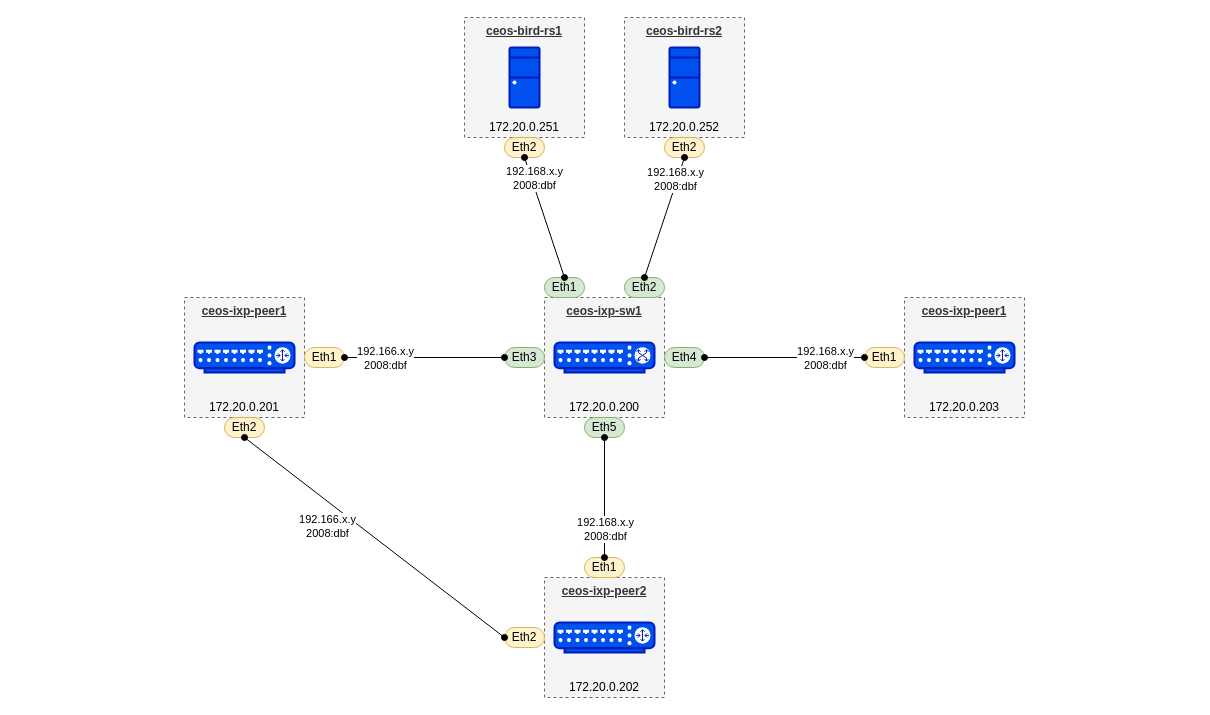
Before: ceos-ixp.drawio in commitconfirmed/draw-io, a draw.io diagram. Source tidied: cells renumbered, new cells numbered last; positions are measured from the earlier drawing's top-left corner, leaving out a move shared by most shapes. Both pictures are drawn from the tidied source at 100%, with x=0, y=0 at pixel (184, 17).
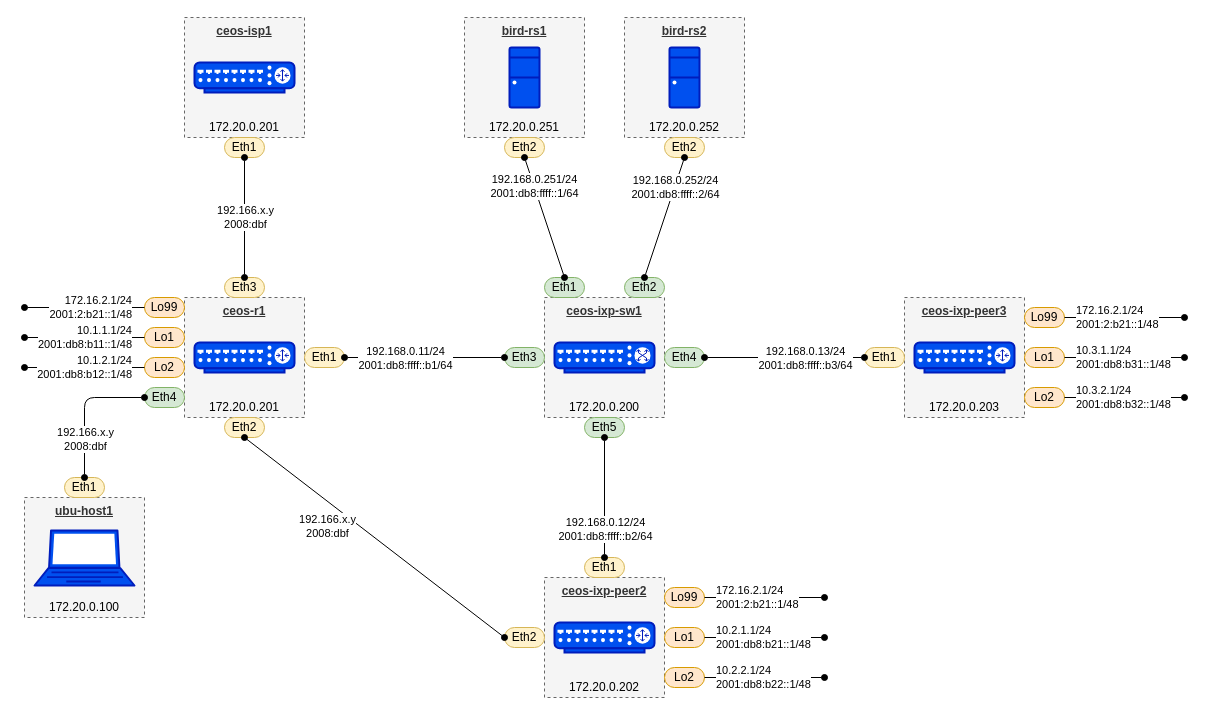
The same diagram, later.

Unchanged cells that the change refers to:
```xml
<mxCell id="10" style="rounded=0;jettySize=auto;html=1;exitX=1;exitY=0.5;exitDx=0;exitDy=0;entryX=0;entryY=0.5;entryDx=0;entryDy=0;endArrow=oval;endFill=1;startArrow=oval;startFill=1;" parent="1" edge="1" source="4" target="7">
  <mxGeometry relative="1" as="geometry" />
</mxCell>
<mxCell id="22" style="rounded=0;jettySize=auto;html=1;exitX=0.5;exitY=1;exitDx=0;exitDy=0;entryX=0.5;entryY=0;entryDx=0;entryDy=0;endArrow=oval;endFill=1;startArrow=oval;startFill=1;" parent="1" edge="1" source="15" target="20">
  <mxGeometry relative="1" as="geometry" />
</mxCell>
<mxCell id="24" style="rounded=0;jettySize=auto;html=1;exitX=0.5;exitY=1;exitDx=0;exitDy=0;entryX=0.5;entryY=0;entryDx=0;entryDy=0;endArrow=oval;endFill=1;startArrow=oval;startFill=1;" parent="1" edge="1" source="19" target="21">
  <mxGeometry relative="1" as="geometry" />
</mxCell>
<mxCell id="36" style="rounded=0;jettySize=auto;html=1;exitX=0.5;exitY=0;exitDx=0;exitDy=0;entryX=0.5;entryY=1;entryDx=0;entryDy=0;endArrow=oval;endFill=1;startArrow=oval;startFill=1;" parent="1" edge="1" source="30" target="27">
  <mxGeometry relative="1" as="geometry" />
</mxCell>
<mxCell id="42" style="rounded=0;jettySize=auto;html=1;exitX=0;exitY=0.5;exitDx=0;exitDy=0;entryX=1;entryY=0.5;entryDx=0;entryDy=0;endArrow=oval;endFill=1;startArrow=oval;startFill=1;" parent="1" edge="1" source="40" target="26">
  <mxGeometry relative="1" as="geometry" />
</mxCell>
```

Diff of the diagram source:
```diff
@@
-    <mxCell id="2" value="&lt;u&gt;&lt;b&gt;ceos-ixp-peer1&lt;/b&gt;&lt;/u&gt;" style="rounded=0;whiteSpace=wrap;html=1;dashed=1;fillColor=#f5f5f5;strokeColor=#666666;fontColor=#333333;labelPosition=center;verticalLabelPosition=middle;align=center;verticalAlign=top;spacingTop=0;" parent="1" vertex="1">
+    <mxCell id="2" value="&lt;u&gt;&lt;b&gt;ceos-r1&lt;/b&gt;&lt;/u&gt;" style="rounded=0;whiteSpace=wrap;html=1;dashed=1;fillColor=#f5f5f5;strokeColor=#666666;fontColor=#333333;labelPosition=center;verticalLabelPosition=middle;align=center;verticalAlign=top;spacingTop=0;" parent="1" vertex="1">
       <mxGeometry y="280" width="120" height="120" as="geometry" />
     </mxCell>
@@
-    <mxCell id="11" value="192.166.x.y&lt;div&gt;2008:dbf&lt;/div&gt;" style="edgeLabel;html=1;align=center;verticalAlign=middle;" parent="10" vertex="1">
+    <mxCell id="11" value="192.168.0.11/24&lt;div&gt;2001:db8:ffff::b1/64&lt;/div&gt;" style="edgeLabel;html=1;align=center;verticalAlign=middle;" parent="10" vertex="1">
       <mxGeometry x="-0.11" y="-3" relative="1" as="geometry">
-        <mxPoint x="-31" y="-3" as="offset" />
+        <mxPoint x="-11" y="-3" as="offset" />
       </mxGeometry>
     </mxCell>
-    <mxCell id="12" value="&lt;u&gt;&lt;b&gt;ceos-bird-rs1&lt;/b&gt;&lt;/u&gt;" style="rounded=0;whiteSpace=wrap;html=1;dashed=1;fillColor=#f5f5f5;strokeColor=#666666;fontColor=#333333;labelPosition=center;verticalLabelPosition=middle;align=center;verticalAlign=top;spacingTop=0;" parent="1" vertex="1">
+    <mxCell id="12" value="&lt;u&gt;&lt;b&gt;bird-rs1&lt;/b&gt;&lt;/u&gt;" style="rounded=0;whiteSpace=wrap;html=1;dashed=1;fillColor=#f5f5f5;strokeColor=#666666;fontColor=#333333;labelPosition=center;verticalLabelPosition=middle;align=center;verticalAlign=top;spacingTop=0;" parent="1" vertex="1">
       <mxGeometry x="280" width="120" height="120" as="geometry" />
     </mxCell>
@@
-    <mxCell id="16" value="&lt;u&gt;&lt;b&gt;ceos-bird-rs2&lt;/b&gt;&lt;/u&gt;" style="rounded=0;whiteSpace=wrap;html=1;dashed=1;fillColor=#f5f5f5;strokeColor=#666666;fontColor=#333333;labelPosition=center;verticalLabelPosition=middle;align=center;verticalAlign=top;spacingTop=0;" parent="1" vertex="1">
+    <mxCell id="16" value="&lt;u&gt;&lt;b&gt;bird-rs2&lt;/b&gt;&lt;/u&gt;" style="rounded=0;whiteSpace=wrap;html=1;dashed=1;fillColor=#f5f5f5;strokeColor=#666666;fontColor=#333333;labelPosition=center;verticalLabelPosition=middle;align=center;verticalAlign=top;spacingTop=0;" parent="1" vertex="1">
       <mxGeometry x="440" width="120" height="120" as="geometry" />
     </mxCell>
@@
-    <mxCell id="23" value="192.168.x.y&lt;div&gt;2008:dbf&lt;/div&gt;" style="edgeLabel;html=1;align=center;verticalAlign=middle;" parent="22" vertex="1">
+    <mxCell id="23" value="192.168.0.251/24&lt;div&gt;2001:db8:ffff::1/64&lt;br&gt;&lt;/div&gt;" style="edgeLabel;html=1;align=center;verticalAlign=middle;" parent="22" vertex="1">
       <mxGeometry x="-0.06" y="1" relative="1" as="geometry">
-        <mxPoint x="-10" y="-35" as="offset" />
+        <mxPoint x="-10" y="-27" as="offset" />
       </mxGeometry>
     </mxCell>
@@
-    <mxCell id="25" value="192.168.x.y&lt;div&gt;2008:dbf&lt;/div&gt;" style="edgeLabel;html=1;align=center;verticalAlign=middle;" parent="24" vertex="1">
+    <mxCell id="25" value="192.168.0.252/24&lt;div&gt;2001:db8:ffff::2/64&lt;/div&gt;" style="edgeLabel;html=1;align=center;verticalAlign=middle;" parent="24" vertex="1">
       <mxGeometry x="-0.06" y="1" relative="1" as="geometry">
-        <mxPoint x="8" y="-35" as="offset" />
+        <mxPoint x="8" y="-27" as="offset" />
       </mxGeometry>
     </mxCell>
@@
-    <mxCell id="37" value="192.168.x.y&lt;div&gt;2008:dbf&lt;/div&gt;" style="edgeLabel;html=1;align=center;verticalAlign=middle;" parent="36" vertex="1">
+    <mxCell id="37" value="192.168.0.12/24&lt;div&gt;2001:db8:ffff::b2/64&lt;/div&gt;" style="edgeLabel;html=1;align=center;verticalAlign=middle;" parent="36" vertex="1">
       <mxGeometry x="-0.06" y="1" relative="1" as="geometry">
         <mxPoint x="1" y="27" as="offset" />
       </mxGeometry>
     </mxCell>
-    <mxCell id="38" value="&lt;u&gt;&lt;b&gt;ceos-ixp-peer1&lt;/b&gt;&lt;/u&gt;" style="rounded=0;whiteSpace=wrap;html=1;dashed=1;fillColor=#f5f5f5;strokeColor=#666666;fontColor=#333333;labelPosition=center;verticalLabelPosition=middle;align=center;verticalAlign=top;spacingTop=0;" parent="1" vertex="1">
+    <mxCell id="38" value="&lt;u&gt;&lt;b&gt;ceos-ixp-peer3&lt;/b&gt;&lt;/u&gt;" style="rounded=0;whiteSpace=wrap;html=1;dashed=1;fillColor=#f5f5f5;strokeColor=#666666;fontColor=#333333;labelPosition=center;verticalLabelPosition=middle;align=center;verticalAlign=top;spacingTop=0;" parent="1" vertex="1">
       <mxGeometry x="720" y="280" width="120" height="120" as="geometry" />
     </mxCell>
@@
-    <mxCell id="43" value="192.168.x.y&lt;div&gt;2008:dbf&lt;/div&gt;" style="edgeLabel;html=1;align=center;verticalAlign=middle;" parent="42" vertex="1">
+    <mxCell id="43" value="192.168.0.13/24&lt;div&gt;2001:db8:ffff::b3/64&lt;/div&gt;" style="edgeLabel;html=1;align=center;verticalAlign=middle;" parent="42" vertex="1">
       <mxGeometry x="-0.06" y="1" relative="1" as="geometry">
-        <mxPoint x="35" y="-1" as="offset" />
+        <mxPoint x="15" y="-1" as="offset" />
       </mxGeometry>
     </mxCell>
+    <mxCell id="44" value="&lt;u&gt;&lt;b&gt;ceos-isp1&lt;/b&gt;&lt;/u&gt;" style="rounded=0;whiteSpace=wrap;html=1;dashed=1;fillColor=#f5f5f5;strokeColor=#666666;fontColor=#333333;labelPosition=center;verticalLabelPosition=middle;align=center;verticalAlign=top;spacingTop=0;" parent="1" vertex="1">
+      <mxGeometry width="120" height="120" as="geometry" />
+    </mxCell>
+    <mxCell id="45" style="verticalAlign=top;verticalLabelPosition=bottom;labelPosition=center;align=center;html=1;fillColor=#0050ef;strokeColor=#001DBC;gradientDirection=north;strokeWidth=2;shape=mxgraph.networks.router;fontColor=#ffffff;" parent="1" vertex="1">
+      <mxGeometry x="10" y="45" width="100" height="30" as="geometry" />
+    </mxCell>
+    <mxCell id="46" value="172.20.0.201" style="text;html=1;align=center;verticalAlign=middle;whiteSpace=wrap;rounded=0;" parent="1" vertex="1">
+      <mxGeometry y="100" width="120" height="20" as="geometry" />
+    </mxCell>
+    <mxCell id="47" value="Eth1" style="rounded=1;whiteSpace=wrap;html=1;fillColor=#fff2cc;strokeColor=#d6b656;arcSize=50;" parent="1" vertex="1">
+      <mxGeometry x="40" y="120" width="40" height="20" as="geometry" />
+    </mxCell>
+    <mxCell id="48" value="Eth3" style="rounded=1;whiteSpace=wrap;html=1;fillColor=#fff2cc;strokeColor=#d6b656;arcSize=50;" parent="1" vertex="1">
+      <mxGeometry x="40" y="260" width="40" height="20" as="geometry" />
+    </mxCell>
+    <mxCell id="49" style="rounded=0;jettySize=auto;html=1;exitX=0.5;exitY=1;exitDx=0;exitDy=0;entryX=0.5;entryY=0;entryDx=0;entryDy=0;endArrow=oval;endFill=1;startArrow=oval;startFill=1;" parent="1" edge="1" source="47" target="48">
+      <mxGeometry relative="1" as="geometry" />
+    </mxCell>
+    <mxCell id="50" value="192.166.x.y&lt;div&gt;2008:dbf&lt;/div&gt;" style="edgeLabel;html=1;align=center;verticalAlign=middle;" parent="49" vertex="1">
+      <mxGeometry x="-0.11" y="-3" relative="1" as="geometry">
+        <mxPoint x="3" y="6" as="offset" />
+      </mxGeometry>
+    </mxCell>
+    <mxCell id="51" value="&lt;u&gt;&lt;b&gt;ubu-host1&lt;/b&gt;&lt;/u&gt;" style="rounded=0;whiteSpace=wrap;html=1;dashed=1;fillColor=#f5f5f5;strokeColor=#666666;fontColor=#333333;labelPosition=center;verticalLabelPosition=middle;align=center;verticalAlign=top;spacingTop=0;" parent="1" vertex="1">
+      <mxGeometry x="-160" y="480" width="120" height="120" as="geometry" />
+    </mxCell>
+    <mxCell id="52" value="172.20.0.100" style="text;html=1;align=center;verticalAlign=middle;whiteSpace=wrap;rounded=0;" parent="1" vertex="1">
+      <mxGeometry x="-160" y="580" width="120" height="20" as="geometry" />
+    </mxCell>
+    <mxCell id="53" style="fontColor=#ffffff;verticalAlign=top;verticalLabelPosition=bottom;labelPosition=center;align=center;html=1;fillColor=#0050ef;strokeColor=#001DBC;gradientDirection=north;strokeWidth=2;shape=mxgraph.networks.laptop;" parent="1" vertex="1">
+      <mxGeometry x="-150" y="513" width="100" height="55" as="geometry" />
+    </mxCell>
+    <mxCell id="54" value="Eth4" style="rounded=1;whiteSpace=wrap;html=1;fillColor=#d5e8d4;strokeColor=#82b366;arcSize=50;" parent="1" vertex="1">
+      <mxGeometry x="-40" y="370" width="40" height="20" as="geometry" />
+    </mxCell>
+    <mxCell id="55" value="Eth1" style="rounded=1;whiteSpace=wrap;html=1;fillColor=#fff2cc;strokeColor=#d6b656;arcSize=50;" parent="1" vertex="1">
+      <mxGeometry x="-120" y="460" width="40" height="20" as="geometry" />
+    </mxCell>
+    <mxCell id="56" style="rounded=1;jettySize=auto;html=1;exitX=0.5;exitY=0;exitDx=0;exitDy=0;entryX=0;entryY=0.5;entryDx=0;entryDy=0;endArrow=oval;endFill=1;startArrow=oval;startFill=1;edgeStyle=orthogonalEdgeStyle;curved=0;" parent="1" edge="1" source="55" target="54">
+      <mxGeometry relative="1" as="geometry" />
+    </mxCell>
+    <mxCell id="57" value="192.166.x.y&lt;div&gt;2008:dbf&lt;/div&gt;" style="edgeLabel;html=1;align=center;verticalAlign=middle;" parent="56" vertex="1">
+      <mxGeometry x="-0.11" y="-3" relative="1" as="geometry">
+        <mxPoint x="-3" y="23" as="offset" />
+      </mxGeometry>
+    </mxCell>
+    <mxCell id="58" value="Lo99" style="rounded=1;whiteSpace=wrap;html=1;fillColor=#ffe6cc;strokeColor=#d79b00;arcSize=50;" parent="1" vertex="1">
+      <mxGeometry x="480" y="570" width="40" height="20" as="geometry" />
+    </mxCell>
+    <mxCell id="59" style="rounded=0;jettySize=auto;html=1;exitX=1;exitY=0.5;exitDx=0;exitDy=0;entryX=1;entryY=0.5;entryDx=0;entryDy=0;endArrow=none;endFill=0;startArrow=oval;startFill=1;" parent="1" edge="1" source="60" target="58">
+      <mxGeometry relative="1" as="geometry" />
+    </mxCell>
+    <mxCell id="60" value="172.16.2.1/24&lt;div&gt;2001:2:b21::1/48&lt;br&gt;&lt;/div&gt;" style="text;html=1;align=left;verticalAlign=middle;whiteSpace=wrap;rounded=0;fillColor=none;labelBackgroundColor=default;fontSize=11;" parent="1" vertex="1">
+      <mxGeometry x="530" y="560" width="110" height="40" as="geometry" />
+    </mxCell>
+    <mxCell id="61" value="Lo1" style="rounded=1;whiteSpace=wrap;html=1;fillColor=#ffe6cc;strokeColor=#d79b00;arcSize=50;" parent="1" vertex="1">
+      <mxGeometry x="480" y="610" width="40" height="20" as="geometry" />
+    </mxCell>
+    <mxCell id="62" style="rounded=0;jettySize=auto;html=1;exitX=1;exitY=0.5;exitDx=0;exitDy=0;entryX=1;entryY=0.5;entryDx=0;entryDy=0;endArrow=none;endFill=0;startArrow=oval;startFill=1;" parent="1" edge="1" source="63" target="61">
+      <mxGeometry relative="1" as="geometry" />
+    </mxCell>
+    <mxCell id="63" value="&lt;div&gt;&lt;div&gt;10.2.1.1/24&lt;/div&gt;&lt;div&gt;2001:db8:b21::1/48&lt;/div&gt;&lt;/div&gt;" style="text;html=1;align=left;verticalAlign=middle;whiteSpace=wrap;rounded=0;fillColor=none;labelBackgroundColor=default;fontSize=11;" parent="1" vertex="1">
+      <mxGeometry x="530" y="600" width="110" height="40" as="geometry" />
+    </mxCell>
+    <mxCell id="64" value="Lo2" style="rounded=1;whiteSpace=wrap;html=1;fillColor=#ffe6cc;strokeColor=#d79b00;arcSize=50;" parent="1" vertex="1">
+      <mxGeometry x="480" y="650" width="40" height="20" as="geometry" />
+    </mxCell>
+    <mxCell id="65" style="rounded=0;jettySize=auto;html=1;exitX=1;exitY=0.5;exitDx=0;exitDy=0;entryX=1;entryY=0.5;entryDx=0;entryDy=0;endArrow=none;endFill=0;startArrow=oval;startFill=1;" parent="1" edge="1" source="66" target="64">
+      <mxGeometry relative="1" as="geometry" />
+    </mxCell>
+    <mxCell id="66" value="&lt;div&gt;&lt;div&gt;10.2.2.1/24&lt;/div&gt;&lt;div&gt;2001:db8:b22::1/48&lt;/div&gt;&lt;/div&gt;" style="text;html=1;align=left;verticalAlign=middle;whiteSpace=wrap;rounded=0;fillColor=none;labelBackgroundColor=default;fontSize=11;" parent="1" vertex="1">
+      <mxGeometry x="530" y="640" width="110" height="40" as="geometry" />
+    </mxCell>
+    <mxCell id="67" value="Lo99" style="rounded=1;whiteSpace=wrap;html=1;fillColor=#ffe6cc;strokeColor=#d79b00;arcSize=50;" parent="1" vertex="1">
+      <mxGeometry x="840" y="290" width="40" height="20" as="geometry" />
+    </mxCell>
+    <mxCell id="68" style="rounded=0;jettySize=auto;html=1;exitX=1;exitY=0.5;exitDx=0;exitDy=0;entryX=1;entryY=0.5;entryDx=0;entryDy=0;endArrow=none;endFill=0;startArrow=oval;startFill=1;" parent="1" edge="1" source="69" target="67">
+      <mxGeometry relative="1" as="geometry" />
+    </mxCell>
+    <mxCell id="69" value="172.16.2.1/24&lt;div&gt;2001:2:b21::1/48&lt;br&gt;&lt;/div&gt;" style="text;html=1;align=left;verticalAlign=middle;whiteSpace=wrap;rounded=0;fillColor=none;labelBackgroundColor=default;fontSize=11;" parent="1" vertex="1">
+      <mxGeometry x="890" y="280" width="110" height="40" as="geometry" />
+    </mxCell>
+    <mxCell id="70" value="Lo1" style="rounded=1;whiteSpace=wrap;html=1;fillColor=#ffe6cc;strokeColor=#d79b00;arcSize=50;" parent="1" vertex="1">
+      <mxGeometry x="840" y="330" width="40" height="20" as="geometry" />
+    </mxCell>
+    <mxCell id="71" style="rounded=0;jettySize=auto;html=1;exitX=1;exitY=0.5;exitDx=0;exitDy=0;entryX=1;entryY=0.5;entryDx=0;entryDy=0;endArrow=none;endFill=0;startArrow=oval;startFill=1;" parent="1" edge="1" source="72" target="70">
+      <mxGeometry relative="1" as="geometry" />
+    </mxCell>
+    <mxCell id="72" value="&lt;div&gt;&lt;div&gt;10.3.1.1/24&lt;/div&gt;&lt;div&gt;2001:db8:b31::1/48&lt;/div&gt;&lt;/div&gt;" style="text;html=1;align=left;verticalAlign=middle;whiteSpace=wrap;rounded=0;fillColor=none;labelBackgroundColor=default;fontSize=11;" parent="1" vertex="1">
+      <mxGeometry x="890" y="320" width="110" height="40" as="geometry" />
+    </mxCell>
+    <mxCell id="73" value="Lo2" style="rounded=1;whiteSpace=wrap;html=1;fillColor=#ffe6cc;strokeColor=#d79b00;arcSize=50;" parent="1" vertex="1">
+      <mxGeometry x="840" y="370" width="40" height="20" as="geometry" />
+    </mxCell>
+    <mxCell id="74" style="rounded=0;jettySize=auto;html=1;exitX=1;exitY=0.5;exitDx=0;exitDy=0;entryX=1;entryY=0.5;entryDx=0;entryDy=0;endArrow=none;endFill=0;startArrow=oval;startFill=1;" parent="1" edge="1" source="75" target="73">
+      <mxGeometry relative="1" as="geometry" />
+    </mxCell>
+    <mxCell id="75" value="&lt;div&gt;&lt;div&gt;10.3.2.1/24&lt;/div&gt;&lt;div&gt;2001:db8:b32::1/48&lt;/div&gt;&lt;/div&gt;" style="text;html=1;align=left;verticalAlign=middle;whiteSpace=wrap;rounded=0;fillColor=none;labelBackgroundColor=default;fontSize=11;" parent="1" vertex="1">
+      <mxGeometry x="890" y="360" width="110" height="40" as="geometry" />
+    </mxCell>
+    <mxCell id="76" value="Lo99" style="rounded=1;whiteSpace=wrap;html=1;fillColor=#ffe6cc;strokeColor=#d79b00;arcSize=50;" parent="1" vertex="1">
+      <mxGeometry x="-40" y="280" width="40" height="20" as="geometry" />
+    </mxCell>
+    <mxCell id="77" style="rounded=0;jettySize=auto;html=1;exitX=0;exitY=0.5;exitDx=0;exitDy=0;endArrow=none;endFill=0;startArrow=oval;startFill=1;entryX=0;entryY=0.5;entryDx=0;entryDy=0;" parent="1" edge="1" source="78" target="76">
+      <mxGeometry relative="1" as="geometry" />
+    </mxCell>
+    <mxCell id="78" value="172.16.2.1/24&lt;div&gt;2001:2:b21::1/48&lt;br&gt;&lt;/div&gt;" style="text;html=1;align=right;verticalAlign=middle;whiteSpace=wrap;rounded=0;fillColor=none;labelBackgroundColor=default;fontSize=11;" parent="1" vertex="1">
+      <mxGeometry x="-160" y="270" width="110" height="40" as="geometry" />
+    </mxCell>
+    <mxCell id="79" value="Lo1" style="rounded=1;whiteSpace=wrap;html=1;fillColor=#ffe6cc;strokeColor=#d79b00;arcSize=50;" parent="1" vertex="1">
+      <mxGeometry x="-40" y="310" width="40" height="20" as="geometry" />
+    </mxCell>
+    <mxCell id="80" style="rounded=0;jettySize=auto;html=1;exitX=0;exitY=0.5;exitDx=0;exitDy=0;endArrow=none;endFill=0;startArrow=oval;startFill=1;entryX=0;entryY=0.5;entryDx=0;entryDy=0;" parent="1" edge="1" source="81" target="79">
+      <mxGeometry relative="1" as="geometry" />
+    </mxCell>
+    <mxCell id="81" value="&lt;div&gt;&lt;div style=&quot;&quot;&gt;10.1.1.1/24&lt;/div&gt;&lt;div style=&quot;&quot;&gt;2001:db8:b11::1/48&lt;/div&gt;&lt;/div&gt;" style="text;html=1;align=right;verticalAlign=middle;whiteSpace=wrap;rounded=0;fillColor=none;labelBackgroundColor=default;fontSize=11;" parent="1" vertex="1">
+      <mxGeometry x="-160" y="300" width="110" height="40" as="geometry" />
+    </mxCell>
+    <mxCell id="82" value="Lo2" style="rounded=1;whiteSpace=wrap;html=1;fillColor=#ffe6cc;strokeColor=#d79b00;arcSize=50;" parent="1" vertex="1">
+      <mxGeometry x="-40" y="340" width="40" height="20" as="geometry" />
+    </mxCell>
+    <mxCell id="83" style="rounded=0;jettySize=auto;html=1;exitX=0;exitY=0.5;exitDx=0;exitDy=0;endArrow=none;endFill=0;startArrow=oval;startFill=1;entryX=0;entryY=0.5;entryDx=0;entryDy=0;" parent="1" edge="1" source="84" target="82">
+      <mxGeometry relative="1" as="geometry" />
+    </mxCell>
+    <mxCell id="84" value="&lt;div&gt;&lt;div&gt;10.1.2.1/24&lt;/div&gt;&lt;div&gt;2001:db8:b12::1/48&lt;/div&gt;&lt;/div&gt;" style="text;html=1;align=right;verticalAlign=middle;whiteSpace=wrap;rounded=0;fillColor=none;labelBackgroundColor=default;fontSize=11;" parent="1" vertex="1">
+      <mxGeometry x="-160" y="330" width="110" height="40" as="geometry" />
+    </mxCell>
```
